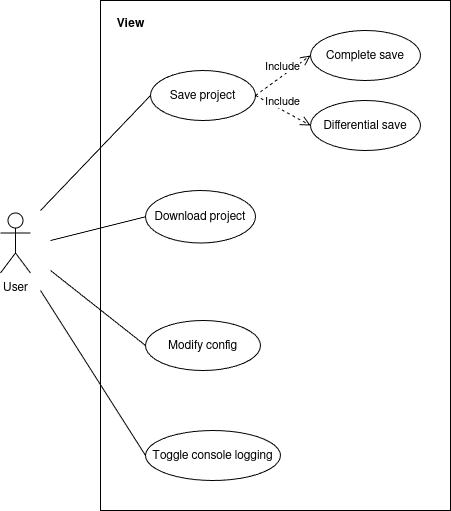
Above: ressources/usecase_diagram.png in saadaouis/Projet_GL (draw.io), before the change. Source tidied: cells renumbered, new cells last; positions are measured from the earlier drawing's top-left corner, leaving out a move shared by most shapes.
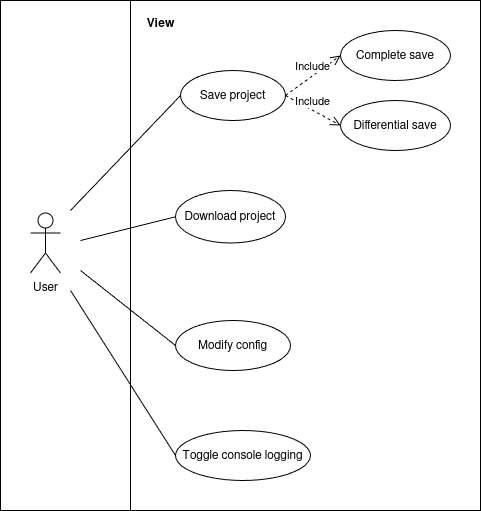
The same diagram one commit later.

Commit message:
fix the visibilty of the diagram

Diff of the diagram source:
```diff
@@ -2,6 +2,9 @@
   <root>
     <mxCell id="0" />
     <mxCell id="1" parent="0" />
+    <mxCell id="17" style="rounded=0;whiteSpace=wrap;html=1;" parent="1" vertex="1">
+      <mxGeometry x="-30" width="360" height="510" as="geometry" />
+    </mxCell>
     <mxCell id="2" value="User" style="shape=umlActor;verticalLabelPosition=bottom;verticalAlign=top;html=1;" parent="1" vertex="1">
       <mxGeometry y="212.5" width="30" height="60" as="geometry" />
     </mxCell>
```
